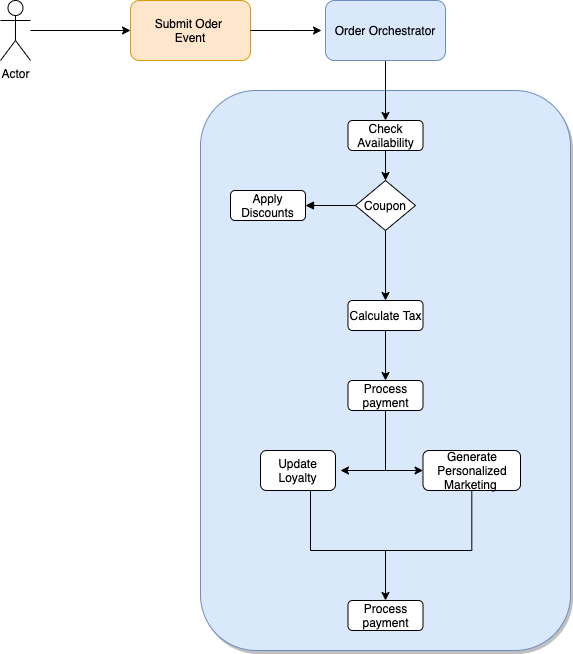
This is business-flow/order-workflow-sample.png from ShanmugaSivapragasam/gcp-workflows-pov, a draw.io export, as it was before one commit. Source tidied: cells renumbered, new cells last; positions are measured from the earlier drawing's top-left corner, leaving out a move shared by most shapes.
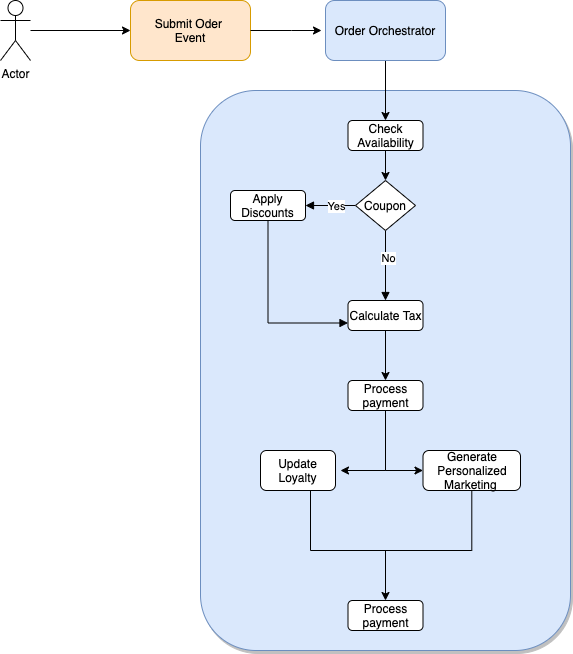
The same file after the commit.

The edit, as a diff of the source:
```diff
@@ -45,17 +45,30 @@
     <mxCell id="11" value="Check Availability" style="rounded=1;whiteSpace=wrap;html=1;" parent="1" vertex="1">
       <mxGeometry x="347.5" y="120" width="75" height="30" as="geometry" />
     </mxCell>
+    <mxCell id="26" style="edgeStyle=orthogonalEdgeStyle;rounded=0;jettySize=auto;html=1;entryX=0;entryY=0.75;entryDx=0;entryDy=0;startArrow=none;startFill=0;endArrow=block;endFill=1;" parent="1" edge="1" source="12" target="17">
+      <mxGeometry relative="1" as="geometry">
+        <Array as="points">
+          <mxPoint x="268" y="323" />
+        </Array>
+      </mxGeometry>
+    </mxCell>
     <mxCell id="12" value="Apply Discounts" style="rounded=1;whiteSpace=wrap;html=1;" parent="1" vertex="1">
       <mxGeometry x="230" y="190" width="75" height="30" as="geometry" />
     </mxCell>
-    <mxCell id="13" style="edgeStyle=orthogonalEdgeStyle;rounded=0;jettySize=auto;html=1;" parent="1" edge="1" source="15">
-      <mxGeometry relative="1" as="geometry">
-        <mxPoint x="385" y="300" as="targetPoint" />
-      </mxGeometry>
-    </mxCell>
     <mxCell id="14" style="edgeStyle=orthogonalEdgeStyle;rounded=0;jettySize=auto;html=1;entryX=1;entryY=0.5;entryDx=0;entryDy=0;startArrow=none;startFill=0;endArrow=block;endFill=1;" parent="1" edge="1" source="15" target="12">
       <mxGeometry relative="1" as="geometry" />
     </mxCell>
+    <mxCell id="27" value="Yes" style="edgeLabel;html=1;align=center;verticalAlign=middle;" parent="14" vertex="1">
+      <mxGeometry x="-0.48" y="3" relative="1" as="geometry">
+        <mxPoint x="-7" y="-3" as="offset" />
+      </mxGeometry>
+    </mxCell>
+    <mxCell id="28" style="edgeStyle=orthogonalEdgeStyle;rounded=0;jettySize=auto;html=1;startArrow=none;startFill=0;endArrow=block;endFill=1;" parent="1" edge="1" source="15" target="17">
+      <mxGeometry relative="1" as="geometry" />
+    </mxCell>
+    <mxCell id="29" value="No" style="edgeLabel;html=1;align=center;verticalAlign=middle;" parent="28" vertex="1">
+      <mxGeometry x="-0.23" y="2" relative="1" as="geometry" />
+    </mxCell>
     <mxCell id="15" value="Coupon" style="rhombus;whiteSpace=wrap;html=1;" parent="1" vertex="1">
       <mxGeometry x="355" y="180" width="60" height="50" as="geometry" />
     </mxCell>
```
